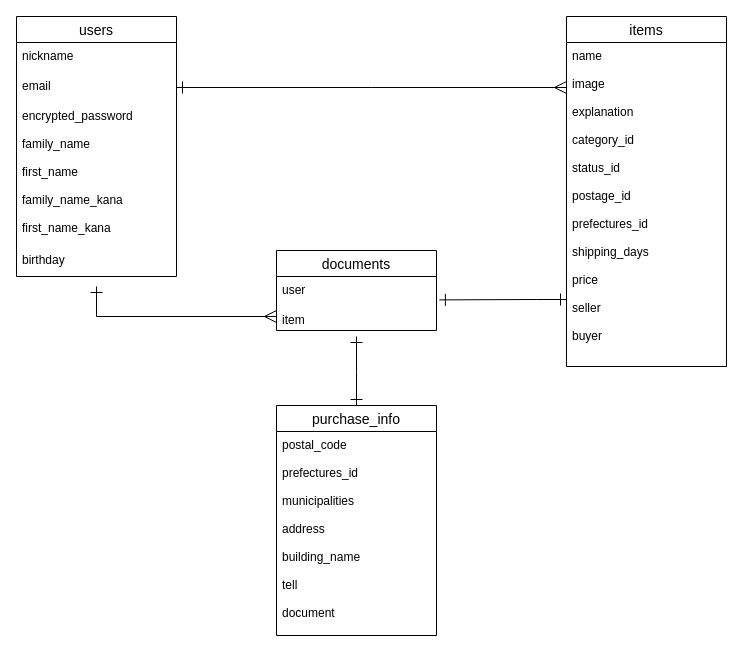
The draw.io diagram test.dio in t-kawamukai/furima-36048, before the edit. Source tidied: cells renumbered, new cells numbered last; positions are measured from the earlier drawing's top-left corner, leaving out a move shared by most shapes. Both pictures are drawn from the tidied source at 100%, with x=0, y=0 at pixel (16, 16).
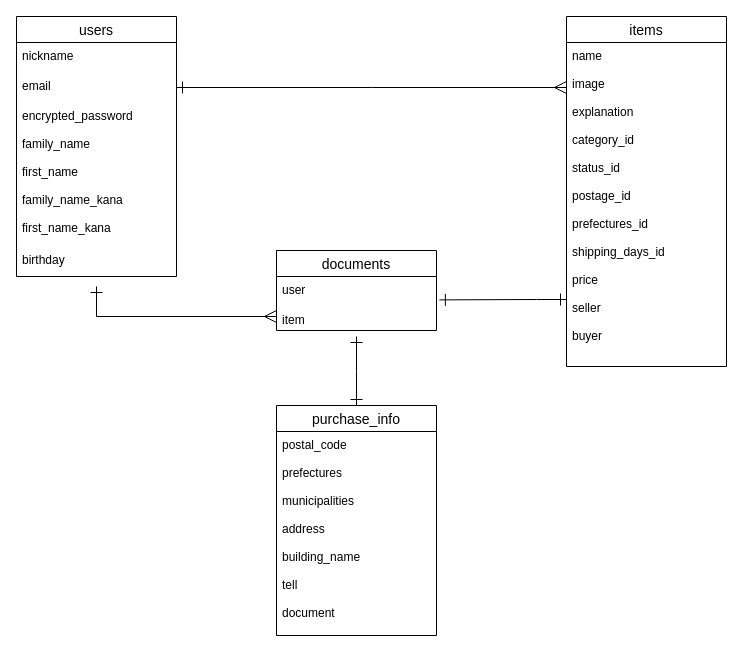
After the change.

Commit message (it also covers changes not shown here):
データベース設計（再修正4）

The change refers to these unchanged cells:
```xml
<mxCell id="7" value="items" style="swimlane;fontStyle=0;horizontal=1;startSize=26;align=center;fontSize=14;" parent="1" vertex="1">
  <mxGeometry x="550" width="160" height="350" as="geometry" />
</mxCell>
<mxCell id="14" value="purchase_info" style="swimlane;fontStyle=0;horizontal=1;startSize=26;align=center;fontSize=14;" parent="1" vertex="1">
  <mxGeometry x="260" y="389" width="160" height="230" as="geometry" />
</mxCell>
```

Diff of the diagram source:
```diff
@@
-    <mxCell id="8" value="name&#10;&#10;image&#10;&#10;explanation&#10;&#10;category_id&#10;&#10;status_id&#10;&#10;postage_id&#10;&#10;prefectures_id&#10;&#10;shipping_days&#10;&#10;price&#10;&#10;seller&#10;&#10;buyer" style="text;strokeColor=none;fillColor=none;spacingLeft=4;spacingRight=4;overflow=hidden;points=[[0,0.5],[1,0.5]];portConstraint=eastwest;fontSize=12;" parent="7" vertex="1">
+    <mxCell id="8" value="name&#10;&#10;image&#10;&#10;explanation&#10;&#10;category_id&#10;&#10;status_id&#10;&#10;postage_id&#10;&#10;prefectures_id&#10;&#10;shipping_days_id&#10;&#10;price&#10;&#10;seller&#10;&#10;buyer" style="text;strokeColor=none;fillColor=none;spacingLeft=4;spacingRight=4;overflow=hidden;points=[[0,0.5],[1,0.5]];portConstraint=eastwest;fontSize=12;" parent="7" vertex="1">
       <mxGeometry y="26" width="160" height="324" as="geometry" />
     </mxCell>
@@
-    <mxCell id="15" value="postal_code&#10;&#10;prefectures_id&#10;&#10;municipalities&#10;&#10;address&#10;&#10;building_name&#10;&#10;tell&#10;&#10;document" style="text;strokeColor=none;fillColor=none;spacingLeft=4;spacingRight=4;overflow=hidden;fontSize=12;" parent="14" vertex="1">
+    <mxCell id="15" value="postal_code&#10;&#10;prefectures&#10;&#10;municipalities&#10;&#10;address&#10;&#10;building_name&#10;&#10;tell&#10;&#10;document" style="text;strokeColor=none;fillColor=none;spacingLeft=4;spacingRight=4;overflow=hidden;fontSize=12;" parent="14" vertex="1">
       <mxGeometry y="26" width="160" height="204" as="geometry" />
     </mxCell>
```
